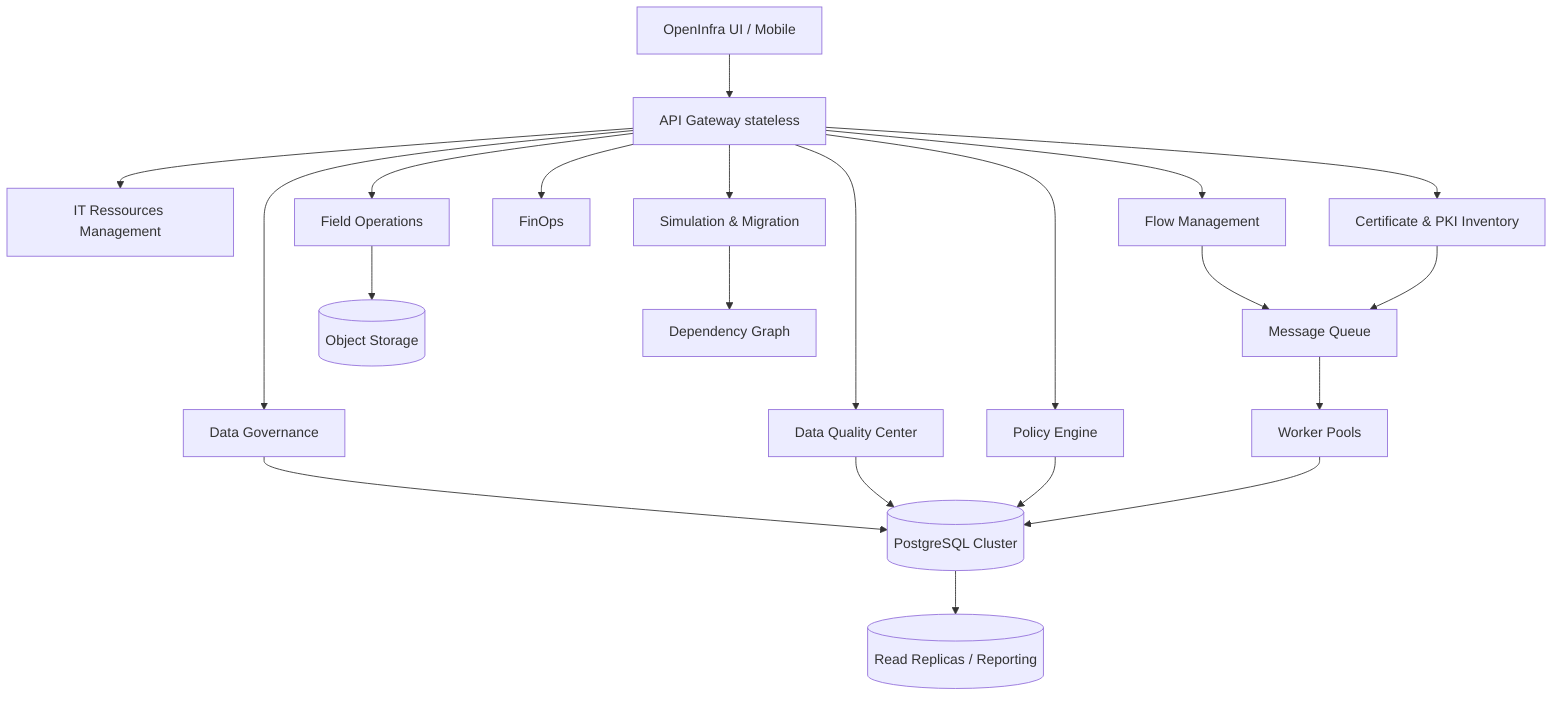
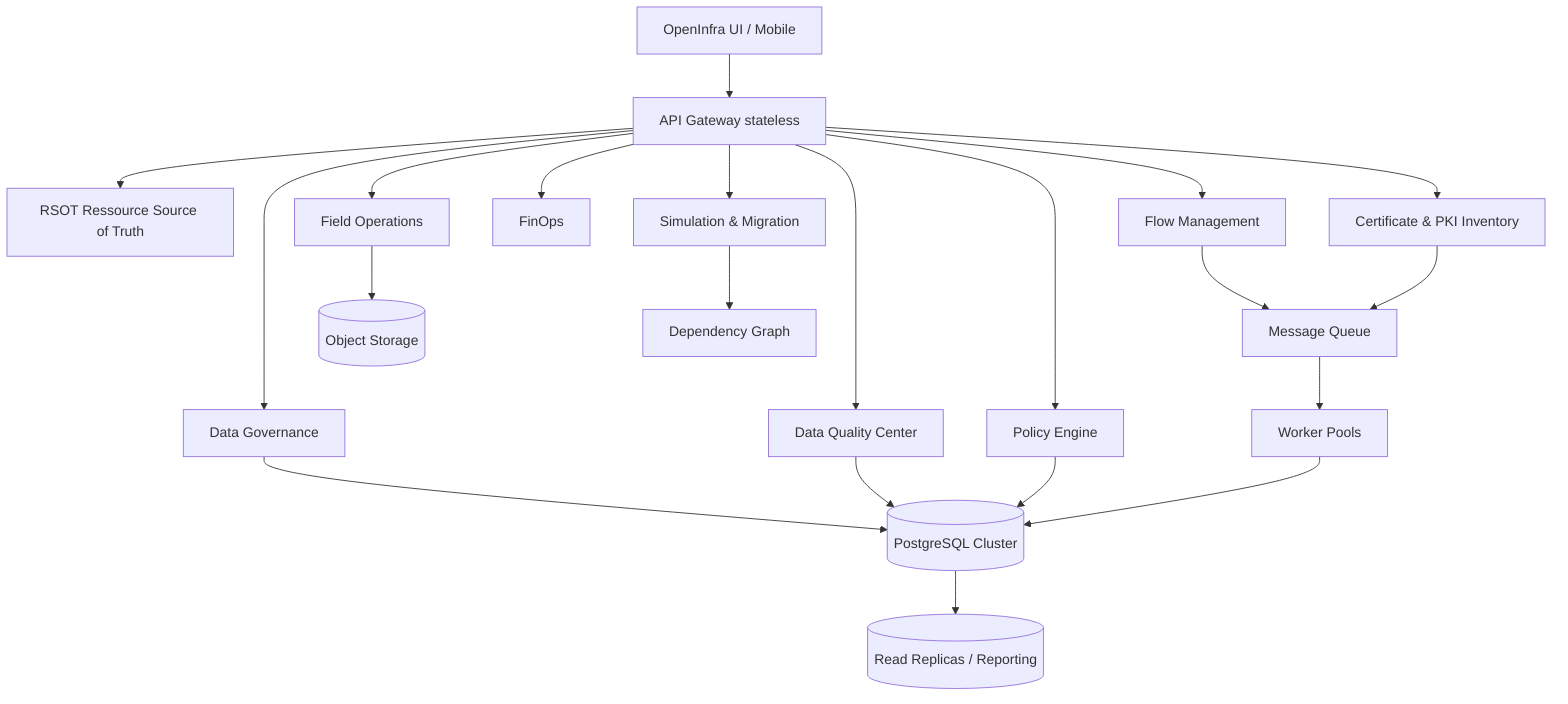
flowchart TB
  UI[OpenInfra UI / Mobile] --> API[API Gateway stateless]
-   API --> ITRM[IT Ressources Management]
+   API --> RSOT[RSOT Ressource Source of Truth]
  API --> GOV[Data Governance]
  API --> DQ[Data Quality Center]
  API --> FLOW[Flow Management]
  API --> CERT[Certificate & PKI Inventory]
  API --> FIN[FinOps]
  API --> FIELD[Field Operations]
  API --> SIM[Simulation & Migration]
  API --> POLICY[Policy Engine]
  GOV --> PG[(PostgreSQL Cluster)]
  DQ --> PG
  FLOW --> MQ[Message Queue]
  CERT --> MQ
  FIELD --> OBJ[(Object Storage)]
  SIM --> GRAPH[Dependency Graph]
  POLICY --> PG
  MQ --> WORKERS[Worker Pools]
  WORKERS --> PG
  PG --> REPLICA[(Read Replicas / Reporting)]
